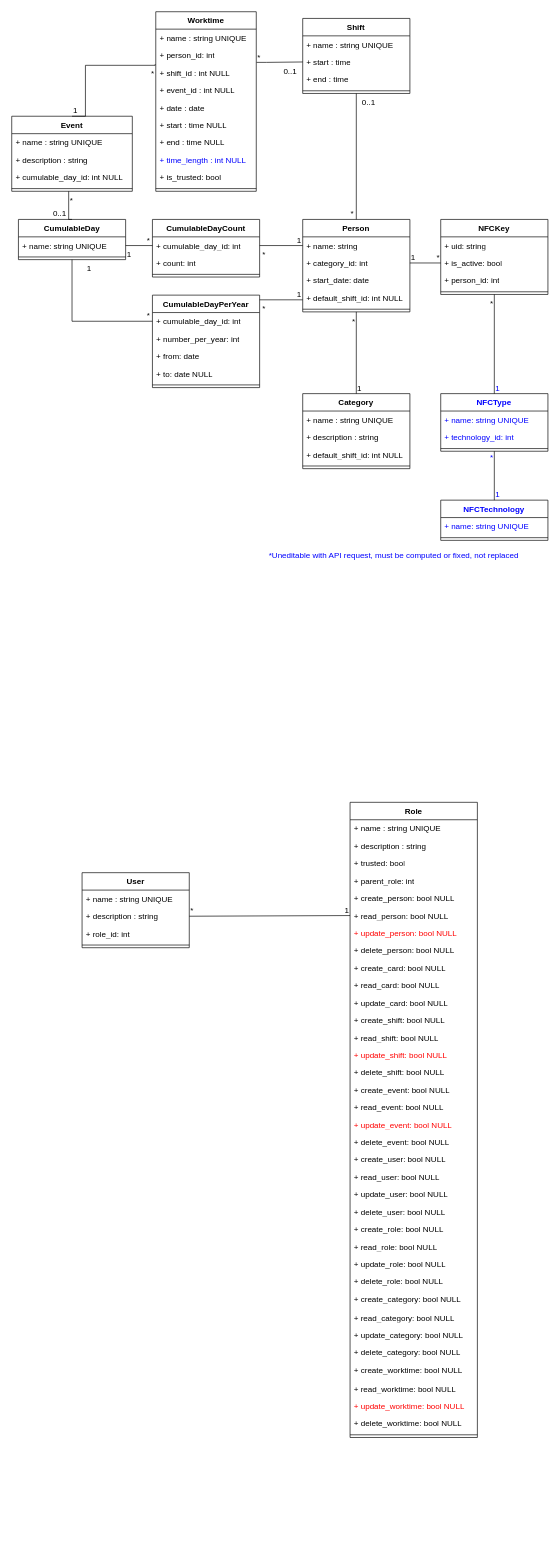
Before: TimeManagerMLD.drawio in FrShao/TimeManager, a draw.io diagram. Source tidied: cells renumbered, new cells numbered last; positions are measured from the earlier drawing's top-left corner, leaving out a move shared by most shapes. Both pictures are drawn from the tidied source at 67%, with x=0, y=0 at pixel (11, 11).
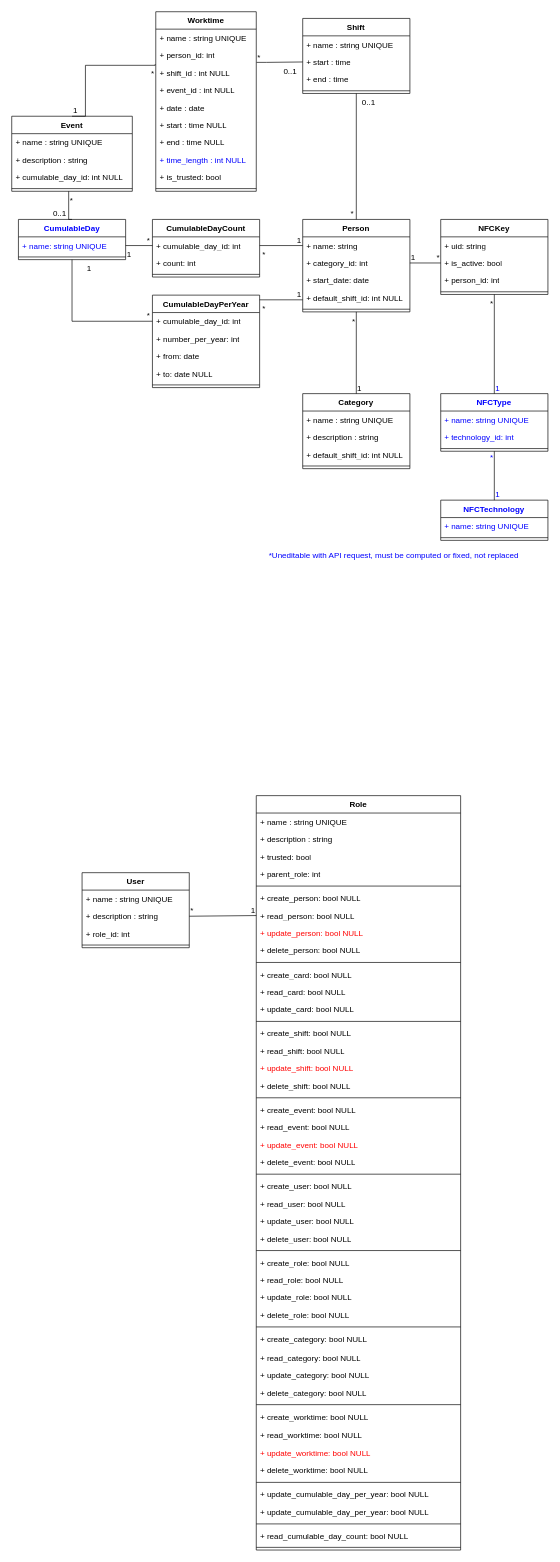
Above is the later version.

Commit message (it also covers changes not shown here):
Mettre à jour TimeManagerMLD.drawio

The edit, as a diff of the source:
```diff
@@
     <mxCell id="13" value="Role" style="swimlane;fontStyle=1;align=center;verticalAlign=top;horizontal=1;startSize=26;whiteSpace=wrap;html=1;" parent="1" vertex="1">
-      <mxGeometry x="505" y="1180" width="190" height="948" as="geometry" />
+      <mxGeometry x="365" y="1170" width="305" height="1126" as="geometry" />
     </mxCell>
     <mxCell id="14" value="+ name : string UNIQUE" style="text;strokeColor=none;fillColor=none;align=left;verticalAlign=top;spacingLeft=4;spacingRight=4;overflow=hidden;whiteSpace=wrap;html=1;" parent="13" vertex="1">
-      <mxGeometry y="26" width="190" height="26" as="geometry" />
+      <mxGeometry y="26" width="305" height="26" as="geometry" />
     </mxCell>
     <mxCell id="15" value="+ description : string" style="text;strokeColor=none;fillColor=none;align=left;verticalAlign=top;spacingLeft=4;spacingRight=4;overflow=hidden;whiteSpace=wrap;html=1;" parent="13" vertex="1">
-      <mxGeometry y="52" width="190" height="26" as="geometry" />
+      <mxGeometry y="52" width="305" height="26" as="geometry" />
     </mxCell>
     <mxCell id="16" value="+ trusted: bool" style="text;strokeColor=none;fillColor=none;align=left;verticalAlign=top;spacingLeft=4;spacingRight=4;overflow=hidden;whiteSpace=wrap;html=1;" parent="13" vertex="1">
-      <mxGeometry y="78" width="190" height="26" as="geometry" />
+      <mxGeometry y="78" width="305" height="26" as="geometry" />
     </mxCell>
     <mxCell id="17" value="+ parent_role: int" style="text;strokeColor=none;fillColor=none;align=left;verticalAlign=top;spacingLeft=4;spacingRight=4;overflow=hidden;whiteSpace=wrap;html=1;" parent="13" vertex="1">
-      <mxGeometry y="104" width="190" height="26" as="geometry" />
+      <mxGeometry y="104" width="305" height="26" as="geometry" />
     </mxCell>
+    <mxCell id="141" style="line;strokeWidth=1;dashed=0;labelPosition=right;align=left;verticalAlign=middle;spacingTop=0;spacingLeft=6;" parent="13" vertex="1">
+      <mxGeometry y="130" width="305" height="10" as="geometry" />
+    </mxCell>
     <mxCell id="18" value="+ create_person: bool NULL" style="text;strokeColor=none;fillColor=none;align=left;verticalAlign=top;spacingLeft=4;spacingRight=4;overflow=hidden;whiteSpace=wrap;html=1;" parent="13" vertex="1">
-      <mxGeometry y="130" width="190" height="26" as="geometry" />
+      <mxGeometry y="140" width="305" height="26" as="geometry" />
     </mxCell>
     <mxCell id="19" value="+ read_person: bool&amp;nbsp;NULL" style="text;strokeColor=none;fillColor=none;align=left;verticalAlign=top;spacingLeft=4;spacingRight=4;overflow=hidden;points=[[0,0.5],[1,0.5]];portConstraint=eastwest;whiteSpace=wrap;html=1;" parent="13" vertex="1">
-      <mxGeometry y="156" width="190" height="26" as="geometry" />
+      <mxGeometry y="166" width="305" height="26" as="geometry" />
     </mxCell>
     <mxCell id="20" value="+ update_person: bool&amp;nbsp;NULL" style="text;strokeColor=none;fillColor=none;align=left;verticalAlign=top;spacingLeft=4;spacingRight=4;overflow=hidden;whiteSpace=wrap;html=1;fontColor=#FF0000;" parent="13" vertex="1">
-      <mxGeometry y="182" width="190" height="26" as="geometry" />
+      <mxGeometry y="192" width="305" height="26" as="geometry" />
     </mxCell>
     <mxCell id="21" value="+ delete_person: bool&amp;nbsp;NULL" style="text;strokeColor=none;fillColor=none;align=left;verticalAlign=top;spacingLeft=4;spacingRight=4;overflow=hidden;whiteSpace=wrap;html=1;" parent="13" vertex="1">
-      <mxGeometry y="208" width="190" height="26" as="geometry" />
+      <mxGeometry y="218" width="305" height="26" as="geometry" />
     </mxCell>
+    <mxCell id="142" style="line;strokeWidth=1;dashed=0;labelPosition=right;align=left;verticalAlign=middle;spacingTop=0;spacingLeft=6;" parent="13" vertex="1">
+      <mxGeometry y="244" width="305" height="10" as="geometry" />
+    </mxCell>
     <mxCell id="22" value="+ create_card: bool&amp;nbsp;NULL" style="text;strokeColor=none;fillColor=none;align=left;verticalAlign=top;spacingLeft=4;spacingRight=4;overflow=hidden;whiteSpace=wrap;html=1;" parent="13" vertex="1">
-      <mxGeometry y="234" width="190" height="26" as="geometry" />
+      <mxGeometry y="254" width="305" height="26" as="geometry" />
     </mxCell>
     <mxCell id="23" value="+ read_card: bool&amp;nbsp;NULL" style="text;strokeColor=none;fillColor=none;align=left;verticalAlign=top;spacingLeft=4;spacingRight=4;overflow=hidden;whiteSpace=wrap;html=1;" parent="13" vertex="1">
-      <mxGeometry y="260" width="190" height="26" as="geometry" />
+      <mxGeometry y="280" width="305" height="26" as="geometry" />
     </mxCell>
     <mxCell id="24" value="+ update_card: bool&amp;nbsp;NULL" style="text;strokeColor=none;fillColor=none;align=left;verticalAlign=top;spacingLeft=4;spacingRight=4;overflow=hidden;whiteSpace=wrap;html=1;" parent="13" vertex="1">
-      <mxGeometry y="286" width="190" height="26" as="geometry" />
+      <mxGeometry y="306" width="305" height="26" as="geometry" />
     </mxCell>
+    <mxCell id="143" style="line;strokeWidth=1;dashed=0;labelPosition=right;align=left;verticalAlign=middle;spacingTop=0;spacingLeft=6;" parent="13" vertex="1">
+      <mxGeometry y="332" width="305" height="10" as="geometry" />
+    </mxCell>
     <mxCell id="25" value="+ create_shift: bool&amp;nbsp;NULL" style="text;strokeColor=none;fillColor=none;align=left;verticalAlign=top;spacingLeft=4;spacingRight=4;overflow=hidden;whiteSpace=wrap;html=1;" parent="13" vertex="1">
-      <mxGeometry y="312" width="190" height="26" as="geometry" />
+      <mxGeometry y="342" width="305" height="26" as="geometry" />
     </mxCell>
     <mxCell id="26" value="+ read_shift: bool&amp;nbsp;NULL" style="text;strokeColor=none;fillColor=none;align=left;verticalAlign=top;spacingLeft=4;spacingRight=4;overflow=hidden;whiteSpace=wrap;html=1;" parent="13" vertex="1">
-      <mxGeometry y="338" width="190" height="26" as="geometry" />
+      <mxGeometry y="368" width="305" height="26" as="geometry" />
     </mxCell>
     <mxCell id="27" value="+ update_shift: bool&amp;nbsp;NULL" style="text;strokeColor=none;fillColor=none;align=left;verticalAlign=top;spacingLeft=4;spacingRight=4;overflow=hidden;whiteSpace=wrap;html=1;fontColor=#FF0000;" parent="13" vertex="1">
-      <mxGeometry y="364" width="190" height="26" as="geometry" />
+      <mxGeometry y="394" width="305" height="26" as="geometry" />
     </mxCell>
     <mxCell id="28" value="+ delete_shift: bool&amp;nbsp;NULL" style="text;strokeColor=none;fillColor=none;align=left;verticalAlign=top;spacingLeft=4;spacingRight=4;overflow=hidden;whiteSpace=wrap;html=1;" parent="13" vertex="1">
-      <mxGeometry y="390" width="190" height="26" as="geometry" />
+      <mxGeometry y="420" width="305" height="26" as="geometry" />
     </mxCell>
+    <mxCell id="144" style="line;strokeWidth=1;dashed=0;labelPosition=right;align=left;verticalAlign=middle;spacingTop=0;spacingLeft=6;" parent="13" vertex="1">
+      <mxGeometry y="446" width="305" height="10" as="geometry" />
+    </mxCell>
     <mxCell id="29" value="+ create_event: bool&amp;nbsp;NULL" style="text;strokeColor=none;fillColor=none;align=left;verticalAlign=top;spacingLeft=4;spacingRight=4;overflow=hidden;whiteSpace=wrap;html=1;" parent="13" vertex="1">
-      <mxGeometry y="416" width="190" height="26" as="geometry" />
+      <mxGeometry y="456" width="305" height="26" as="geometry" />
     </mxCell>
     <mxCell id="30" value="+ read_event: bool&amp;nbsp;NULL" style="text;strokeColor=none;fillColor=none;align=left;verticalAlign=top;spacingLeft=4;spacingRight=4;overflow=hidden;whiteSpace=wrap;html=1;" parent="13" vertex="1">
-      <mxGeometry y="442" width="190" height="26" as="geometry" />
+      <mxGeometry y="482" width="305" height="26" as="geometry" />
     </mxCell>
     <mxCell id="31" value="+ update_event: bool&amp;nbsp;NULL" style="text;strokeColor=none;fillColor=none;align=left;verticalAlign=top;spacingLeft=4;spacingRight=4;overflow=hidden;whiteSpace=wrap;html=1;fontColor=#FF0000;" parent="13" vertex="1">
-      <mxGeometry y="468" width="190" height="26" as="geometry" />
+      <mxGeometry y="508" width="305" height="26" as="geometry" />
     </mxCell>
     <mxCell id="32" value="+ delete_event: bool&amp;nbsp;NULL" style="text;strokeColor=none;fillColor=none;align=left;verticalAlign=top;spacingLeft=4;spacingRight=4;overflow=hidden;whiteSpace=wrap;html=1;" parent="13" vertex="1">
-      <mxGeometry y="494" width="190" height="26" as="geometry" />
+      <mxGeometry y="534" width="305" height="26" as="geometry" />
     </mxCell>
+    <mxCell id="145" style="line;strokeWidth=1;dashed=0;labelPosition=right;align=left;verticalAlign=middle;spacingTop=0;spacingLeft=6;" parent="13" vertex="1">
+      <mxGeometry y="560" width="305" height="10" as="geometry" />
+    </mxCell>
     <mxCell id="33" value="+ create_user: bool&amp;nbsp;NULL" style="text;strokeColor=none;fillColor=none;align=left;verticalAlign=top;spacingLeft=4;spacingRight=4;overflow=hidden;whiteSpace=wrap;html=1;" parent="13" vertex="1">
-      <mxGeometry y="520" width="190" height="26" as="geometry" />
+      <mxGeometry y="570" width="305" height="26" as="geometry" />
     </mxCell>
     <mxCell id="34" value="+ read_user: bool&amp;nbsp;NULL" style="text;strokeColor=none;fillColor=none;align=left;verticalAlign=top;spacingLeft=4;spacingRight=4;overflow=hidden;whiteSpace=wrap;html=1;" parent="13" vertex="1">
-      <mxGeometry y="546" width="190" height="26" as="geometry" />
+      <mxGeometry y="596" width="305" height="26" as="geometry" />
     </mxCell>
     <mxCell id="35" value="+ update_user: bool&amp;nbsp;NULL" style="text;strokeColor=none;fillColor=none;align=left;verticalAlign=top;spacingLeft=4;spacingRight=4;overflow=hidden;whiteSpace=wrap;html=1;" parent="13" vertex="1">
-      <mxGeometry y="572" width="190" height="26" as="geometry" />
+      <mxGeometry y="622" width="305" height="26" as="geometry" />
     </mxCell>
     <mxCell id="36" value="+ delete_user: bool&amp;nbsp;NULL" style="text;strokeColor=none;fillColor=none;align=left;verticalAlign=top;spacingLeft=4;spacingRight=4;overflow=hidden;whiteSpace=wrap;html=1;" parent="13" vertex="1">
-      <mxGeometry y="598" width="190" height="26" as="geometry" />
+      <mxGeometry y="648" width="305" height="26" as="geometry" />
     </mxCell>
+    <mxCell id="146" style="line;strokeWidth=1;dashed=0;labelPosition=right;align=left;verticalAlign=middle;spacingTop=0;spacingLeft=6;" parent="13" vertex="1">
+      <mxGeometry y="674" width="305" height="10" as="geometry" />
+    </mxCell>
     <mxCell id="37" value="+ create_role: bool&amp;nbsp;NULL" style="text;strokeColor=none;fillColor=none;align=left;verticalAlign=top;spacingLeft=4;spacingRight=4;overflow=hidden;whiteSpace=wrap;html=1;" parent="13" vertex="1">
-      <mxGeometry y="624" width="190" height="26" as="geometry" />
+      <mxGeometry y="684" width="305" height="26" as="geometry" />
     </mxCell>
     <mxCell id="38" value="+ read_role: bool&amp;nbsp;NULL" style="text;strokeColor=none;fillColor=none;align=left;verticalAlign=top;spacingLeft=4;spacingRight=4;overflow=hidden;whiteSpace=wrap;html=1;" parent="13" vertex="1">
-      <mxGeometry y="650" width="190" height="26" as="geometry" />
+      <mxGeometry y="710" width="305" height="26" as="geometry" />
     </mxCell>
     <mxCell id="39" value="+ update_role: bool&amp;nbsp;NULL" style="text;strokeColor=none;fillColor=none;align=left;verticalAlign=top;spacingLeft=4;spacingRight=4;overflow=hidden;whiteSpace=wrap;html=1;" parent="13" vertex="1">
-      <mxGeometry y="676" width="190" height="26" as="geometry" />
+      <mxGeometry y="736" width="305" height="26" as="geometry" />
     </mxCell>
     <mxCell id="40" value="+ delete_role: bool&amp;nbsp;NULL" style="text;strokeColor=none;fillColor=none;align=left;verticalAlign=top;spacingLeft=4;spacingRight=4;overflow=hidden;whiteSpace=wrap;html=1;" parent="13" vertex="1">
-      <mxGeometry y="702" width="190" height="26" as="geometry" />
+      <mxGeometry y="762" width="305" height="26" as="geometry" />
     </mxCell>
+    <mxCell id="147" style="line;strokeWidth=1;dashed=0;labelPosition=right;align=left;verticalAlign=middle;spacingTop=0;spacingLeft=6;" parent="13" vertex="1">
+      <mxGeometry y="788" width="305" height="10" as="geometry" />
+    </mxCell>
     <mxCell id="41" value="+ create_category: bool&amp;nbsp;NULL" style="text;strokeColor=none;fillColor=none;align=left;verticalAlign=top;spacingLeft=4;spacingRight=4;overflow=hidden;whiteSpace=wrap;html=1;" parent="13" vertex="1">
-      <mxGeometry y="728" width="190" height="28" as="geometry" />
+      <mxGeometry y="798" width="305" height="28" as="geometry" />
     </mxCell>
     <mxCell id="42" value="+ read_category: bool&amp;nbsp;NULL" style="text;strokeColor=none;fillColor=none;align=left;verticalAlign=top;spacingLeft=4;spacingRight=4;overflow=hidden;whiteSpace=wrap;html=1;" parent="13" vertex="1">
-      <mxGeometry y="756" width="190" height="26" as="geometry" />
+      <mxGeometry y="826" width="305" height="26" as="geometry" />
     </mxCell>
     <mxCell id="43" value="+ update_category: bool&amp;nbsp;NULL" style="text;strokeColor=none;fillColor=none;align=left;verticalAlign=top;spacingLeft=4;spacingRight=4;overflow=hidden;whiteSpace=wrap;html=1;" parent="13" vertex="1">
-      <mxGeometry y="782" width="190" height="26" as="geometry" />
+      <mxGeometry y="852" width="305" height="26" as="geometry" />
     </mxCell>
     <mxCell id="44" value="+ delete_category: bool&amp;nbsp;NULL" style="text;strokeColor=none;fillColor=none;align=left;verticalAlign=top;spacingLeft=4;spacingRight=4;overflow=hidden;whiteSpace=wrap;html=1;" parent="13" vertex="1">
-      <mxGeometry y="808" width="190" height="26" as="geometry" />
+      <mxGeometry y="878" width="305" height="26" as="geometry" />
     </mxCell>
+    <mxCell id="148" style="line;strokeWidth=1;dashed=0;labelPosition=right;align=left;verticalAlign=middle;spacingTop=0;spacingLeft=6;" parent="13" vertex="1">
+      <mxGeometry y="904" width="305" height="10" as="geometry" />
+    </mxCell>
     <mxCell id="45" value="+ create_worktime: bool&amp;nbsp;NULL" style="text;strokeColor=none;fillColor=none;align=left;verticalAlign=top;spacingLeft=4;spacingRight=4;overflow=hidden;whiteSpace=wrap;html=1;" parent="13" vertex="1">
-      <mxGeometry y="834" width="190" height="28" as="geometry" />
+      <mxGeometry y="914" width="305" height="28" as="geometry" />
     </mxCell>
     <mxCell id="46" value="+ read_worktime: bool&amp;nbsp;NULL" style="text;strokeColor=none;fillColor=none;align=left;verticalAlign=top;spacingLeft=4;spacingRight=4;overflow=hidden;whiteSpace=wrap;html=1;" parent="13" vertex="1">
-      <mxGeometry y="862" width="190" height="26" as="geometry" />
+      <mxGeometry y="942" width="305" height="26" as="geometry" />
     </mxCell>
     <mxCell id="47" value="+ update_worktime: bool&amp;nbsp;NULL" style="text;strokeColor=none;fillColor=none;align=left;verticalAlign=top;spacingLeft=4;spacingRight=4;overflow=hidden;whiteSpace=wrap;html=1;fontColor=#FF0000;" parent="13" vertex="1">
-      <mxGeometry y="888" width="190" height="26" as="geometry" />
+      <mxGeometry y="968" width="305" height="26" as="geometry" />
     </mxCell>
     <mxCell id="48" value="+ delete_worktime: bool&amp;nbsp;NULL" style="text;strokeColor=none;fillColor=none;align=left;verticalAlign=top;spacingLeft=4;spacingRight=4;overflow=hidden;whiteSpace=wrap;html=1;" parent="13" vertex="1">
-      <mxGeometry y="914" width="190" height="26" as="geometry" />
+      <mxGeometry y="994" width="305" height="26" as="geometry" />
     </mxCell>
+    <mxCell id="149" style="line;strokeWidth=1;dashed=0;labelPosition=right;align=left;verticalAlign=middle;spacingTop=0;spacingLeft=6;" parent="13" vertex="1">
+      <mxGeometry y="1020" width="305" height="10" as="geometry" />
+    </mxCell>
+    <mxCell id="150" value="+ update_cumulable_day_per_year: bool&amp;nbsp;NULL" style="text;strokeColor=none;fillColor=none;align=left;verticalAlign=top;spacingLeft=4;spacingRight=4;overflow=hidden;whiteSpace=wrap;html=1;fontColor=#000000;" parent="13" vertex="1">
+      <mxGeometry y="1030" width="305" height="26" as="geometry" />
+    </mxCell>
+    <mxCell id="151" value="+ update_cumulable_day_per_year: bool&amp;nbsp;NULL" style="text;strokeColor=none;fillColor=none;align=left;verticalAlign=top;spacingLeft=4;spacingRight=4;overflow=hidden;whiteSpace=wrap;html=1;fontColor=#000000;" parent="13" vertex="1">
+      <mxGeometry y="1056" width="305" height="26" as="geometry" />
+    </mxCell>
+    <mxCell id="152" style="line;strokeWidth=1;dashed=0;labelPosition=right;align=left;verticalAlign=middle;spacingTop=0;spacingLeft=6;" parent="13" vertex="1">
+      <mxGeometry y="1082" width="305" height="10" as="geometry" />
+    </mxCell>
+    <mxCell id="153" value="+ read_cumulable_day_count: bool&amp;nbsp;NULL" style="text;strokeColor=none;fillColor=none;align=left;verticalAlign=top;spacingLeft=4;spacingRight=4;overflow=hidden;whiteSpace=wrap;html=1;" parent="13" vertex="1">
+      <mxGeometry y="1092" width="305" height="26" as="geometry" />
+    </mxCell>
     <mxCell id="49" style="line;strokeWidth=1;fillColor=none;align=left;verticalAlign=middle;spacingTop=-1;spacingLeft=3;spacingRight=3;labelPosition=right;strokeColor=inherit;" parent="13" vertex="1">
-      <mxGeometry y="940" width="190" height="8" as="geometry" />
+      <mxGeometry y="1118" width="305" height="8" as="geometry" />
     </mxCell>
@@
-    <mxCell id="113" value="CumulableDay" style="swimlane;fontStyle=1;align=center;verticalAlign=top;horizontal=1;startSize=26;whiteSpace=wrap;html=1;" parent="1" vertex="1">
+    <mxCell id="113" value="CumulableDay" style="swimlane;fontStyle=1;align=center;verticalAlign=top;horizontal=1;startSize=26;whiteSpace=wrap;html=1;fontColor=#0000FF;" parent="1" vertex="1">
       <mxGeometry x="10" y="310" width="160" height="60" as="geometry" />
     </mxCell>
-    <mxCell id="114" value="+ name: string UNIQUE" style="text;strokeColor=none;fillColor=none;align=left;verticalAlign=top;spacingLeft=4;spacingRight=4;overflow=hidden;points=[[0,0.5],[1,0.5]];portConstraint=eastwest;whiteSpace=wrap;html=1;" parent="113" vertex="1">
+    <mxCell id="114" value="+ name: string UNIQUE" style="text;strokeColor=none;fillColor=none;align=left;verticalAlign=top;spacingLeft=4;spacingRight=4;overflow=hidden;points=[[0,0.5],[1,0.5]];portConstraint=eastwest;whiteSpace=wrap;html=1;fontColor=#0000FF;" parent="113" vertex="1">
       <mxGeometry y="26" width="160" height="26" as="geometry" />
     </mxCell>
```
